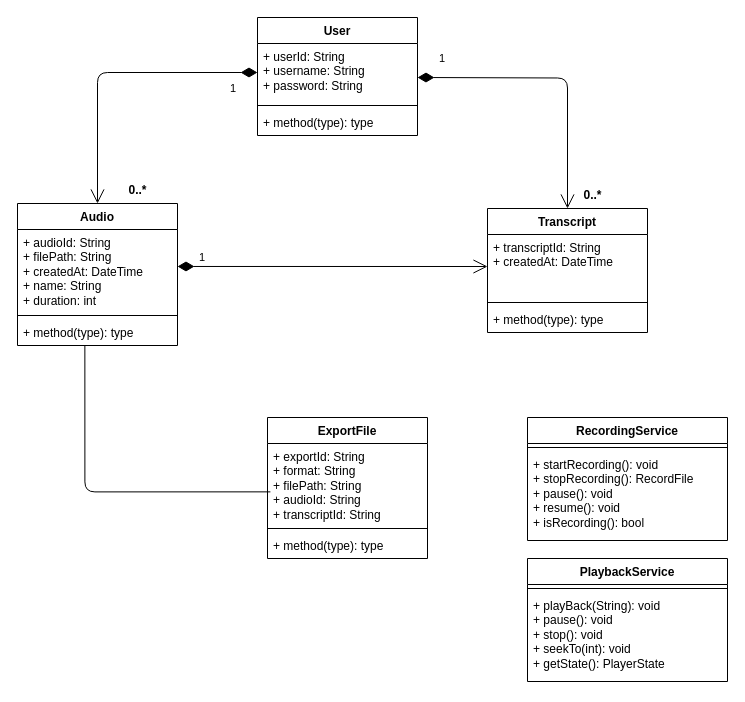
This is page "Page-1" (1 of 2) of UML.drawio from Sophavisnuka/Smean-Mobile-App, a draw.io file, before an edit. Source tidied: cells renumbered, new cells numbered last; positions are measured from the earlier drawing's top-left corner, leaving out a move shared by most shapes. Both pictures are drawn from the tidied source at 100%, with x=0, y=0 at pixel (17, 17).
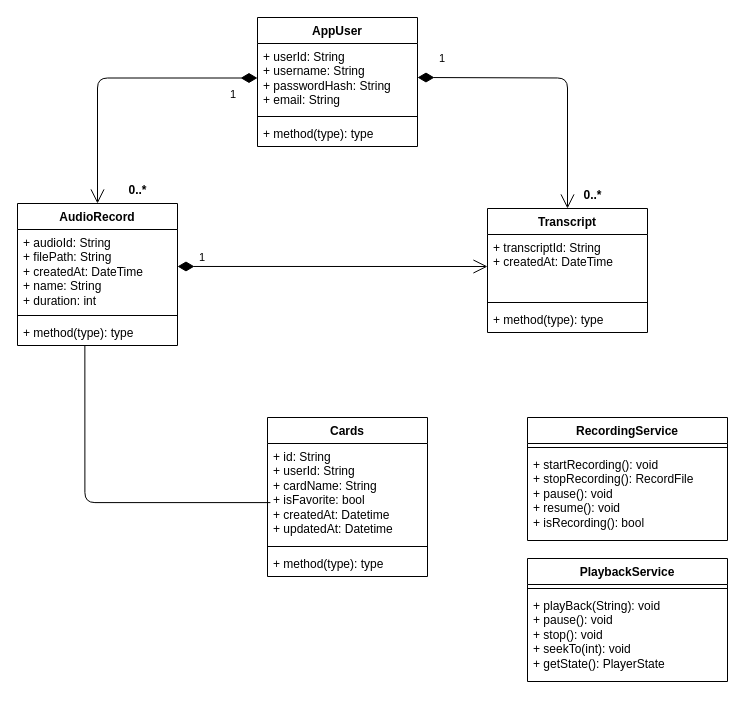
Above is the later version.

Diff of the diagram source:
```diff
@@
-    <mxCell id="2" value="Audio" style="swimlane;fontStyle=1;align=center;verticalAlign=top;horizontal=1;startSize=26;whiteSpace=wrap;html=1;" parent="1" vertex="1">
+    <mxCell id="2" value="AudioRecord" style="swimlane;fontStyle=1;align=center;verticalAlign=top;horizontal=1;startSize=26;whiteSpace=wrap;html=1;" parent="1" vertex="1">
       <mxGeometry y="186" width="160" height="142" as="geometry" />
     </mxCell>
@@
-    <mxCell id="6" value="User" style="swimlane;fontStyle=1;align=center;verticalAlign=top;horizontal=1;startSize=26;whiteSpace=wrap;html=1;" parent="1" vertex="1">
-      <mxGeometry x="240" width="160" height="118" as="geometry" />
+    <mxCell id="6" value="AppUser" style="swimlane;fontStyle=1;align=center;verticalAlign=top;horizontal=1;startSize=26;whiteSpace=wrap;html=1;" parent="1" vertex="1">
+      <mxGeometry x="240" width="160" height="129" as="geometry" />
     </mxCell>
-    <mxCell id="7" value="+ userId: String&lt;div&gt;+ username: String&lt;/div&gt;&lt;div&gt;+ password: String&lt;/div&gt;" style="text;strokeColor=none;fillColor=none;align=left;verticalAlign=top;spacingLeft=4;spacingRight=4;overflow=hidden;points=[[0,0.5],[1,0.5]];portConstraint=eastwest;whiteSpace=wrap;html=1;fontColor=#000000;" parent="6" vertex="1">
-      <mxGeometry y="26" width="160" height="58" as="geometry" />
+    <mxCell id="7" value="+ userId: String&lt;div&gt;+ username: String&lt;/div&gt;&lt;div&gt;+ passwordHash: String&lt;/div&gt;&lt;div&gt;+ email: String&lt;/div&gt;" style="text;strokeColor=none;fillColor=none;align=left;verticalAlign=top;spacingLeft=4;spacingRight=4;overflow=hidden;points=[[0,0.5],[1,0.5]];portConstraint=eastwest;whiteSpace=wrap;html=1;fontColor=#000000;" parent="6" vertex="1">
+      <mxGeometry y="26" width="160" height="69" as="geometry" />
     </mxCell>
     <mxCell id="8" style="line;strokeWidth=1;fillColor=none;align=left;verticalAlign=middle;spacingTop=-1;spacingLeft=3;spacingRight=3;labelPosition=right;strokeColor=inherit;" parent="6" vertex="1">
-      <mxGeometry y="84" width="160" height="8" as="geometry" />
+      <mxGeometry y="95" width="160" height="8" as="geometry" />
     </mxCell>
     <mxCell id="9" value="+ method(type): type" style="text;strokeColor=none;fillColor=none;align=left;verticalAlign=top;spacingLeft=4;spacingRight=4;overflow=hidden;whiteSpace=wrap;html=1;" parent="6" vertex="1">
-      <mxGeometry y="92" width="160" height="26" as="geometry" />
+      <mxGeometry y="103" width="160" height="26" as="geometry" />
     </mxCell>
@@
-    <mxCell id="16" value="ExportFile" style="swimlane;fontStyle=1;align=center;verticalAlign=top;horizontal=1;startSize=26;whiteSpace=wrap;html=1;" parent="1" vertex="1">
-      <mxGeometry x="250" y="400" width="160" height="141" as="geometry" />
+    <mxCell id="16" value="Cards" style="swimlane;fontStyle=1;align=center;verticalAlign=top;horizontal=1;startSize=26;whiteSpace=wrap;html=1;" parent="1" vertex="1">
+      <mxGeometry x="250" y="400" width="160" height="159" as="geometry" />
     </mxCell>
-    <mxCell id="17" value="+ exportId: String&lt;div&gt;+ format: String&lt;/div&gt;&lt;div&gt;+ filePath: String&lt;/div&gt;&lt;div&gt;+ audioId: String&lt;/div&gt;&lt;div&gt;+ transcriptId: String&lt;/div&gt;" style="text;strokeColor=none;fillColor=none;align=left;verticalAlign=top;spacingLeft=4;spacingRight=4;overflow=hidden;points=[[0,0.5],[1,0.5]];portConstraint=eastwest;whiteSpace=wrap;html=1;" parent="16" vertex="1">
-      <mxGeometry y="26" width="160" height="81" as="geometry" />
+    <mxCell id="17" value="+ id: String&lt;div&gt;+ userId: String&lt;/div&gt;&lt;div&gt;+ cardName: String&lt;/div&gt;&lt;div&gt;+ isFavorite: bool&lt;/div&gt;&lt;div&gt;+ createdAt: Datetime&lt;/div&gt;&lt;div&gt;+ updatedAt: Datetime&lt;/div&gt;" style="text;strokeColor=none;fillColor=none;align=left;verticalAlign=top;spacingLeft=4;spacingRight=4;overflow=hidden;points=[[0,0.5],[1,0.5]];portConstraint=eastwest;whiteSpace=wrap;html=1;" parent="16" vertex="1">
+      <mxGeometry y="26" width="160" height="99" as="geometry" />
     </mxCell>
     <mxCell id="18" style="line;strokeWidth=1;fillColor=none;align=left;verticalAlign=middle;spacingTop=-1;spacingLeft=3;spacingRight=3;labelPosition=right;strokeColor=inherit;" parent="16" vertex="1">
-      <mxGeometry y="107" width="160" height="8" as="geometry" />
+      <mxGeometry y="125" width="160" height="8" as="geometry" />
     </mxCell>
     <mxCell id="19" value="+ method(type): type" style="text;strokeColor=none;fillColor=none;align=left;verticalAlign=top;spacingLeft=4;spacingRight=4;overflow=hidden;whiteSpace=wrap;html=1;" parent="16" vertex="1">
-      <mxGeometry y="115" width="160" height="26" as="geometry" />
+      <mxGeometry y="133" width="160" height="26" as="geometry" />
     </mxCell>
```
